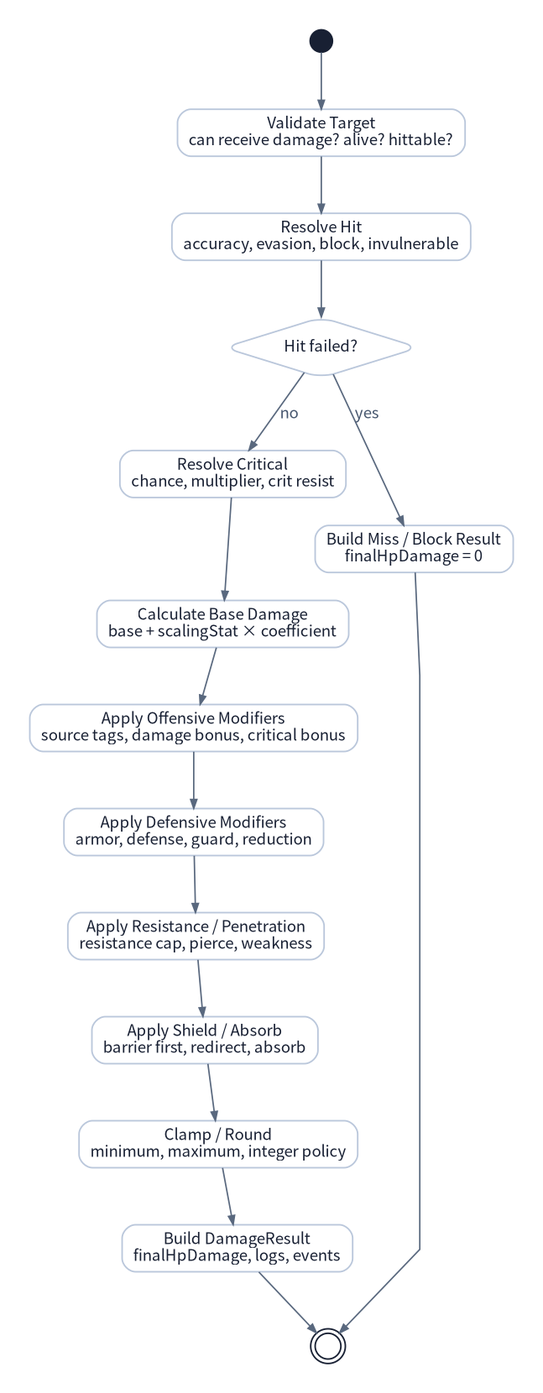
The Graphviz diagram assets/diagrams/23_damage_resolution_activity_diagram.png in JY-LemongO/game-system-framework-knowledge-site, before a commit. Its source is kept beside it as source/diagrams/23_damage_resolution_activity_diagram.dot. Its diagram source:
```dot
digraph G {
  graph [fontname="Noto Sans CJK KR", bgcolor="#ffffff", margin=0.12, pad=0.25, ranksep=0.70, nodesep=0.50];
  node [fontname="Noto Sans CJK KR", shape=box, style="rounded,filled", color="#bac7db", penwidth=1.4, fillcolor="#ffffff", fontcolor="#182033", margin="0.14,0.09"];
  edge [fontname="Noto Sans CJK KR", color="#59687e", fontcolor="#46566e", arrowsize=0.8, penwidth=1.3];
  rankdir=TB; splines=polyline;
  start [shape=circle, width=.28, label="", fillcolor="#182033", color="#182033"];
  validate [label="Validate Target
can receive damage? alive? hittable?"];
  hit [label="Resolve Hit
accuracy, evasion, block, invulnerable"];
  hitFail [shape=diamond, label="Hit failed?"];
  crit [label="Resolve Critical
chance, multiplier, crit resist"];
  base [label="Calculate Base Damage
base + scalingStat × coefficient"];
  off [label="Apply Offensive Modifiers
source tags, damage bonus, critical bonus"];
  def [label="Apply Defensive Modifiers
armor, defense, guard, reduction"];
  resist [label="Apply Resistance / Penetration
resistance cap, pierce, weakness"];
  shield [label="Apply Shield / Absorb
barrier first, redirect, absorb"];
  round [label="Clamp / Round
minimum, maximum, integer policy"];
  result [label="Build DamageResult
finalHpDamage, logs, events"];
  miss [label="Build Miss / Block Result
finalHpDamage = 0"];
  end [shape=doublecircle, width=.32, label="", fillcolor="#ffffff", color="#182033"];
  start -> validate -> hit -> hitFail;
  hitFail -> miss [label="yes"];
  hitFail -> crit [label="no"];
  crit -> base -> off -> def -> resist -> shield -> round -> result -> end;
  miss -> end;
}
```
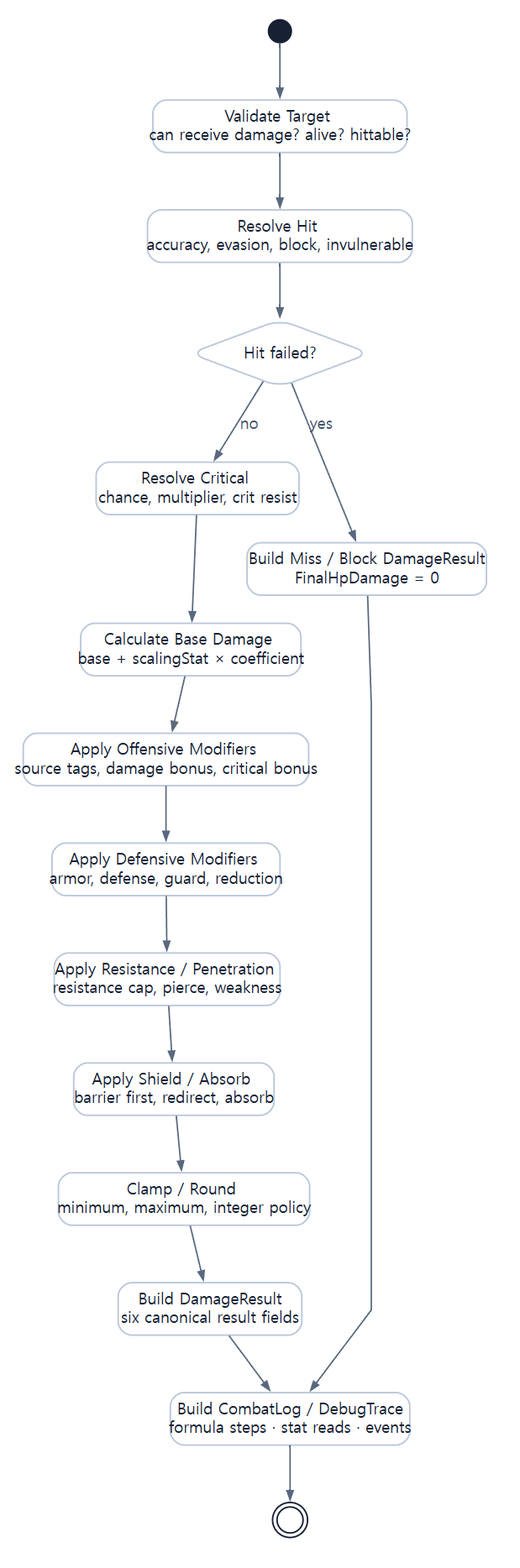
After the commit.

What changed in the source:
```diff
@@ -24,13 +24,15 @@
   round [label="Clamp / Round
 minimum, maximum, integer policy"];
   result [label="Build DamageResult
-finalHpDamage, logs, events"];
-  miss [label="Build Miss / Block Result
-finalHpDamage = 0"];
+six canonical result fields"];
+  miss [label="Build Miss / Block DamageResult
+FinalHpDamage = 0"];
+  trace [label="Build CombatLog / DebugTrace
+formula steps · stat reads · events"];
   end [shape=doublecircle, width=.32, label="", fillcolor="#ffffff", color="#182033"];
   start -> validate -> hit -> hitFail;
   hitFail -> miss [label="yes"];
   hitFail -> crit [label="no"];
-  crit -> base -> off -> def -> resist -> shield -> round -> result -> end;
-  miss -> end;
+  crit -> base -> off -> def -> resist -> shield -> round -> result -> trace -> end;
+  miss -> trace;
 }
```
